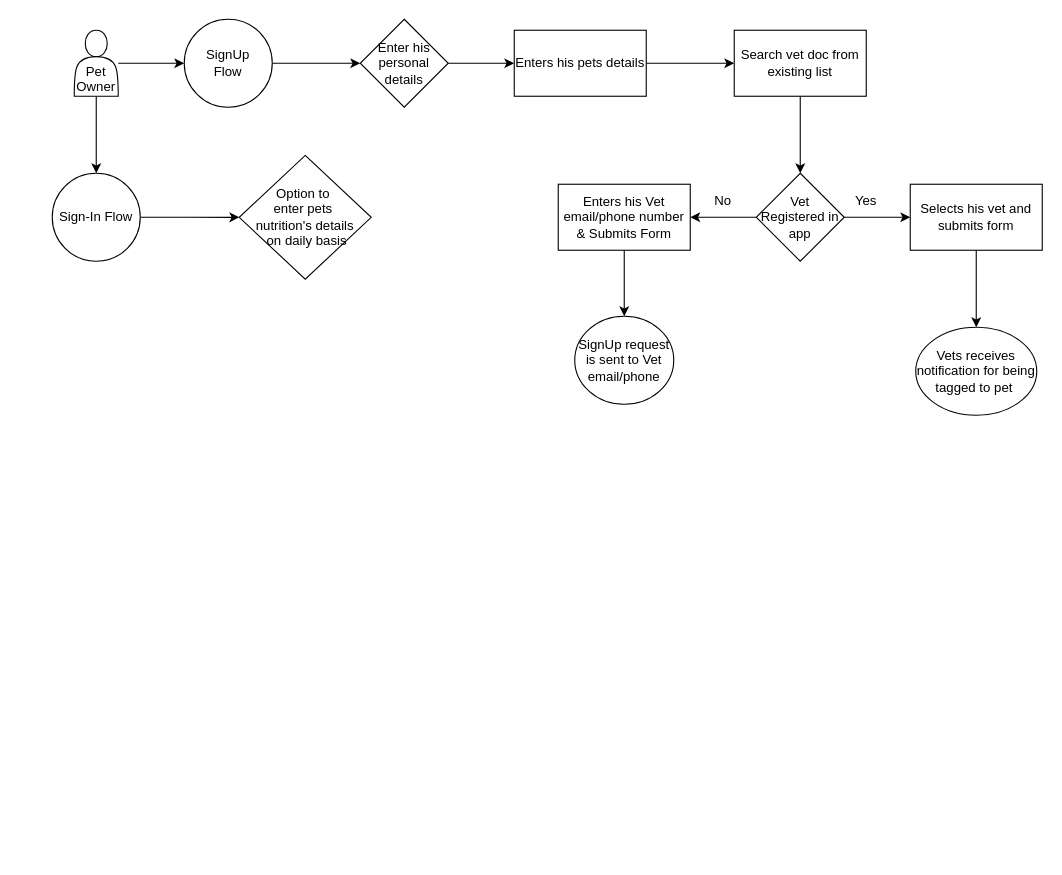
Above: Pet-App-Flow.drawio in namanchopra21087/design-documents (draw.io), before the change. Source tidied: cells renumbered, new cells numbered last; positions are measured from the earlier drawing's top-left corner, leaving out a move shared by most shapes. Both pictures are drawn from the tidied source at 110%, with x=0, y=0 at pixel (52, 19).
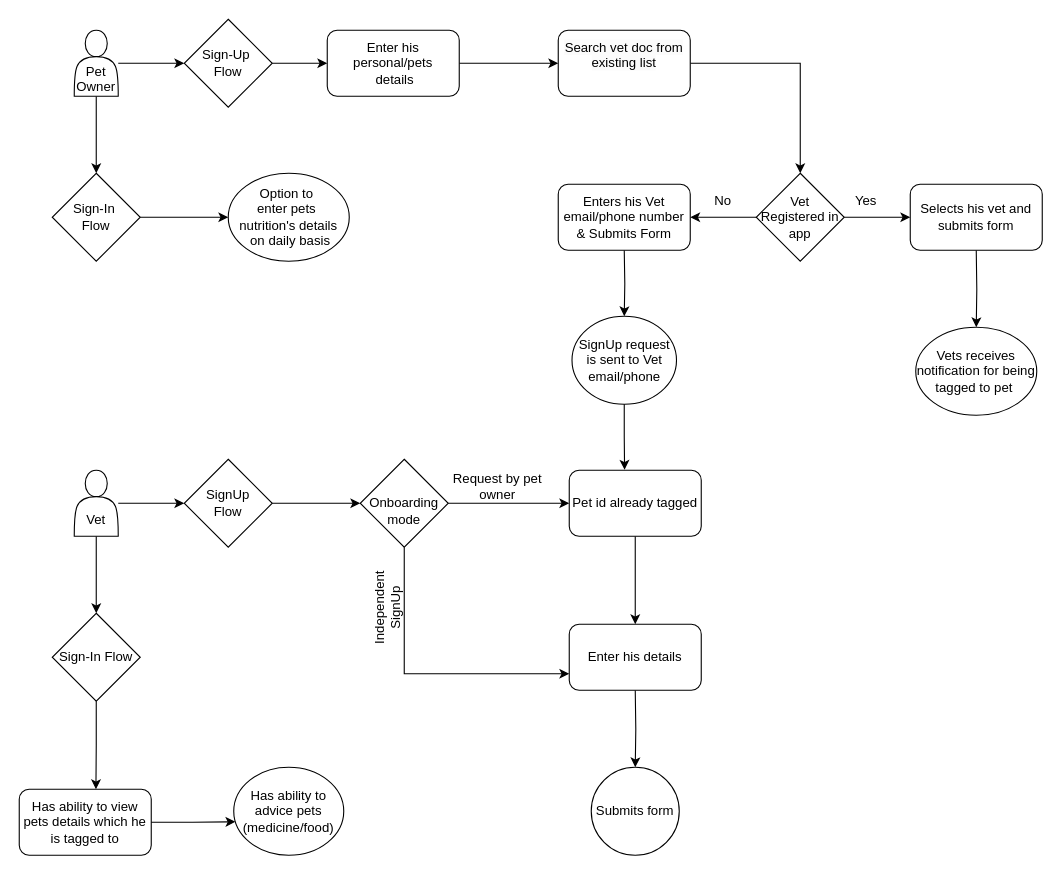
The same diagram, later.

Unchanged cells that the change refers to:
```xml
<mxCell id="6" value="&lt;div&gt;&lt;br&gt;&lt;/div&gt;&lt;div&gt;&lt;br&gt;&lt;/div&gt;Pet Owner" style="shape=actor;whiteSpace=wrap;html=1;" parent="1" vertex="1">
  <mxGeometry x="20" y="10" width="40" height="60" as="geometry" />
</mxCell>
<mxCell id="20" value="Vet Registered in app" style="rhombus;whiteSpace=wrap;html=1;" parent="1" vertex="1">
  <mxGeometry x="640" y="140" width="80" height="80" as="geometry" />
</mxCell>
```

Change to the diagram source:
```diff
@@
-    <mxCell id="4" style="edgeStyle=orthogonalEdgeStyle;rounded=0;jettySize=auto;html=1;" parent="1" edge="1" source="6" target="8">
-      <mxGeometry relative="1" as="geometry" />
-    </mxCell>
-    <mxCell id="5" style="edgeStyle=orthogonalEdgeStyle;rounded=0;jettySize=auto;html=1;" parent="1" edge="1" source="6" target="14">
-      <mxGeometry relative="1" as="geometry" />
-    </mxCell>
+    <mxCell id="29" style="edgeStyle=orthogonalEdgeStyle;rounded=0;jettySize=auto;html=1;" parent="1" edge="1" source="6" target="45">
+      <mxGeometry relative="1" as="geometry" />
+    </mxCell>
+    <mxCell id="30" style="edgeStyle=orthogonalEdgeStyle;rounded=0;jettySize=auto;html=1;" parent="1" edge="1" source="6" target="47">
+      <mxGeometry relative="1" as="geometry" />
+    </mxCell>
@@
-    <mxCell id="7" style="edgeStyle=orthogonalEdgeStyle;rounded=0;jettySize=auto;html=1;" parent="1" edge="1" source="8" target="10">
-      <mxGeometry relative="1" as="geometry" />
-    </mxCell>
-    <mxCell id="8" value="SignUp&lt;div&gt;Flow&lt;/div&gt;" style="ellipse;whiteSpace=wrap;html=1;" parent="1" vertex="1">
-      <mxGeometry x="120" width="80" height="80" as="geometry" />
-    </mxCell>
-    <mxCell id="9" style="edgeStyle=orthogonalEdgeStyle;rounded=0;jettySize=auto;html=1;" parent="1" edge="1" source="10" target="12">
-      <mxGeometry relative="1" as="geometry" />
-    </mxCell>
-    <mxCell id="10" value="&lt;div&gt;&lt;span style=&quot;background-color: initial;&quot;&gt;Enter his personal details&lt;/span&gt;&lt;br&gt;&lt;/div&gt;" style="rhombus;whiteSpace=wrap;html=1;" parent="1" vertex="1">
-      <mxGeometry x="280" width="80" height="80" as="geometry" />
-    </mxCell>
-    <mxCell id="11" style="edgeStyle=orthogonalEdgeStyle;rounded=0;jettySize=auto;html=1;" parent="1" edge="1" source="12" target="17">
-      <mxGeometry relative="1" as="geometry" />
-    </mxCell>
-    <mxCell id="12" value="Enters his pets details" style="whiteSpace=wrap;html=1;" parent="1" vertex="1">
-      <mxGeometry x="420" y="10" width="120" height="60" as="geometry" />
-    </mxCell>
-    <mxCell id="13" style="edgeStyle=orthogonalEdgeStyle;rounded=0;jettySize=auto;html=1;" parent="1" edge="1" source="14" target="15">
-      <mxGeometry relative="1" as="geometry" />
-    </mxCell>
-    <mxCell id="14" value="Sign-In Flow" style="ellipse;whiteSpace=wrap;html=1;" parent="1" vertex="1">
-      <mxGeometry y="140" width="80" height="80" as="geometry" />
-    </mxCell>
-    <mxCell id="15" value="Option to&amp;nbsp;&lt;div&gt;enter pets&amp;nbsp;&lt;/div&gt;&lt;div&gt;nutrition's details&lt;/div&gt;&lt;div&gt;&amp;nbsp;on daily basis&lt;/div&gt;" style="rhombus;whiteSpace=wrap;html=1;" parent="1" vertex="1">
-      <mxGeometry x="170" y="123.8" width="120" height="112.5" as="geometry" />
-    </mxCell>
-    <mxCell id="16" style="edgeStyle=orthogonalEdgeStyle;rounded=0;jettySize=auto;html=1;" parent="1" edge="1" source="17" target="20">
-      <mxGeometry relative="1" as="geometry" />
-    </mxCell>
-    <mxCell id="17" value="Search vet doc from existing list" style="whiteSpace=wrap;html=1;" parent="1" vertex="1">
-      <mxGeometry x="620" y="10" width="120" height="60" as="geometry" />
-    </mxCell>
-    <mxCell id="18" style="edgeStyle=orthogonalEdgeStyle;rounded=0;jettySize=auto;html=1;" parent="1" edge="1" source="20" target="27">
-      <mxGeometry relative="1" as="geometry" />
+    <mxCell id="18" style="edgeStyle=orthogonalEdgeStyle;rounded=0;jettySize=auto;html=1;" parent="1" edge="1" source="20">
+      <mxGeometry relative="1" as="geometry">
+        <mxPoint x="780" y="180" as="targetPoint" />
+      </mxGeometry>
     </mxCell>
-    <mxCell id="19" style="edgeStyle=orthogonalEdgeStyle;rounded=0;jettySize=auto;html=1;entryX=1;entryY=0.5;entryDx=0;entryDy=0;" parent="1" edge="1" source="20" target="24">
-      <mxGeometry relative="1" as="geometry" />
+    <mxCell id="19" style="edgeStyle=orthogonalEdgeStyle;rounded=0;jettySize=auto;html=1;entryX=1;entryY=0.5;entryDx=0;entryDy=0;" parent="1" edge="1" source="20">
+      <mxGeometry relative="1" as="geometry">
+        <mxPoint x="580" y="180" as="targetPoint" />
+      </mxGeometry>
     </mxCell>
@@
-    <mxCell id="23" style="edgeStyle=orthogonalEdgeStyle;rounded=0;jettySize=auto;html=1;entryX=0.5;entryY=0;entryDx=0;entryDy=0;" parent="1" edge="1" source="24" target="25">
-      <mxGeometry relative="1" as="geometry" />
+    <mxCell id="23" style="edgeStyle=orthogonalEdgeStyle;rounded=0;jettySize=auto;html=1;entryX=0.5;entryY=0;entryDx=0;entryDy=0;" parent="1" edge="1" target="25">
+      <mxGeometry relative="1" as="geometry">
+        <mxPoint x="520" y="210" as="sourcePoint" />
+      </mxGeometry>
     </mxCell>
-    <mxCell id="24" value="Enters his Vet email/phone number&lt;div&gt;&amp;amp; Submits Form&lt;/div&gt;" style="whiteSpace=wrap;html=1;" parent="1" vertex="1">
-      <mxGeometry x="460" y="150" width="120" height="60" as="geometry" />
-    </mxCell>
     <mxCell id="25" value="SignUp request is sent to Vet email/phone" style="ellipse;whiteSpace=wrap;html=1;" parent="1" vertex="1">
-      <mxGeometry x="475" y="270" width="90" height="80" as="geometry" />
+      <mxGeometry x="472.5" y="270" width="95" height="80" as="geometry" />
     </mxCell>
-    <mxCell id="26" style="edgeStyle=orthogonalEdgeStyle;rounded=0;jettySize=auto;html=1;" parent="1" edge="1" source="27" target="28">
-      <mxGeometry relative="1" as="geometry" />
+    <mxCell id="26" style="edgeStyle=orthogonalEdgeStyle;rounded=0;jettySize=auto;html=1;" parent="1" edge="1" target="28">
+      <mxGeometry relative="1" as="geometry">
+        <mxPoint x="840" y="210" as="sourcePoint" />
+      </mxGeometry>
     </mxCell>
+    <mxCell id="28" value="Vets receives notification for being tagged to pet&amp;nbsp;" style="ellipse;whiteSpace=wrap;html=1;" parent="1" vertex="1">
+      <mxGeometry x="785" y="280" width="110" height="80" as="geometry" />
+    </mxCell>
+    <mxCell id="31" style="edgeStyle=orthogonalEdgeStyle;rounded=0;jettySize=auto;html=1;" parent="1" edge="1" source="33" target="42">
+      <mxGeometry relative="1" as="geometry" />
+    </mxCell>
+    <mxCell id="32" style="edgeStyle=orthogonalEdgeStyle;rounded=0;jettySize=auto;html=1;" parent="1" edge="1" source="33" target="8">
+      <mxGeometry relative="1" as="geometry" />
+    </mxCell>
+    <mxCell id="33" value="&lt;div&gt;&lt;br&gt;&lt;/div&gt;&lt;div&gt;&lt;br&gt;&lt;/div&gt;Vet&lt;div&gt;&lt;/div&gt;" style="shape=actor;whiteSpace=wrap;html=1;" parent="1" vertex="1">
+      <mxGeometry x="20" y="410" width="40" height="60" as="geometry" />
+    </mxCell>
+    <mxCell id="34" style="edgeStyle=orthogonalEdgeStyle;rounded=0;jettySize=auto;html=1;" parent="1" edge="1" source="36">
+      <mxGeometry relative="1" as="geometry">
+        <mxPoint x="470" y="440" as="targetPoint" />
+      </mxGeometry>
+    </mxCell>
+    <mxCell id="35" style="edgeStyle=orthogonalEdgeStyle;rounded=0;jettySize=auto;html=1;entryX=0;entryY=0.75;entryDx=0;entryDy=0;" parent="1" edge="1" source="36" target="52">
+      <mxGeometry relative="1" as="geometry">
+        <Array as="points">
+          <mxPoint x="320" y="595" />
+        </Array>
+      </mxGeometry>
+    </mxCell>
+    <mxCell id="36" value="&lt;div&gt;&lt;br&gt;&lt;/div&gt;Onboarding mode" style="rhombus;whiteSpace=wrap;html=1;" parent="1" vertex="1">
+      <mxGeometry x="280" y="400" width="80" height="80" as="geometry" />
+    </mxCell>
+    <mxCell id="37" style="edgeStyle=orthogonalEdgeStyle;rounded=0;jettySize=auto;html=1;entryX=0.419;entryY=-0.007;entryDx=0;entryDy=0;entryPerimeter=0;" parent="1" edge="1" source="25">
+      <mxGeometry relative="1" as="geometry">
+        <mxPoint x="520.3" y="409.6" as="targetPoint" />
+      </mxGeometry>
+    </mxCell>
+    <mxCell id="38" value="Request by pet owner" style="text;html=1;align=center;verticalAlign=middle;whiteSpace=wrap;rounded=0;" parent="1" vertex="1">
+      <mxGeometry x="360" y="410" width="90" height="30" as="geometry" />
+    </mxCell>
+    <mxCell id="39" style="edgeStyle=orthogonalEdgeStyle;rounded=0;jettySize=auto;html=1;" parent="1" edge="1" target="40">
+      <mxGeometry relative="1" as="geometry">
+        <mxPoint x="530" y="610" as="sourcePoint" />
+      </mxGeometry>
+    </mxCell>
+    <mxCell id="40" value="Submits form" style="ellipse;whiteSpace=wrap;html=1;" parent="1" vertex="1">
+      <mxGeometry x="490" y="680" width="80" height="80" as="geometry" />
+    </mxCell>
+    <mxCell id="41" value="Independent SignUp" style="text;html=1;align=center;verticalAlign=middle;whiteSpace=wrap;rounded=0;rotation=-90;" parent="1" vertex="1">
+      <mxGeometry x="260" y="520" width="90" height="30" as="geometry" />
+    </mxCell>
+    <mxCell id="42" value="Sign-In Flow" style="rhombus;whiteSpace=wrap;html=1;" parent="1" vertex="1">
+      <mxGeometry y="540" width="80" height="80" as="geometry" />
+    </mxCell>
+    <mxCell id="43" value="Has ability to advice pets&lt;div&gt;(medicine/food)&lt;/div&gt;" style="ellipse;whiteSpace=wrap;html=1;" parent="1" vertex="1">
+      <mxGeometry x="165" y="680" width="100" height="80" as="geometry" />
+    </mxCell>
+    <mxCell id="44" style="edgeStyle=orthogonalEdgeStyle;rounded=0;jettySize=auto;html=1;" parent="1" edge="1" source="45" target="15">
+      <mxGeometry relative="1" as="geometry" />
+    </mxCell>
+    <mxCell id="45" value="Sign-In&amp;nbsp;&lt;div&gt;Flow&lt;/div&gt;" style="rhombus;whiteSpace=wrap;html=1;" parent="1" vertex="1">
+      <mxGeometry y="140" width="80" height="80" as="geometry" />
+    </mxCell>
+    <mxCell id="15" value="Option to&amp;nbsp;&lt;div&gt;enter pets&amp;nbsp;&lt;/div&gt;&lt;div&gt;nutrition's details&lt;/div&gt;&lt;div&gt;&amp;nbsp;on daily basis&lt;/div&gt;" style="ellipse;whiteSpace=wrap;html=1;" parent="1" vertex="1">
+      <mxGeometry x="160" y="140" width="110" height="80" as="geometry" />
+    </mxCell>
+    <mxCell id="46" style="edgeStyle=orthogonalEdgeStyle;rounded=0;jettySize=auto;html=1;entryX=0;entryY=0.5;entryDx=0;entryDy=0;" parent="1" edge="1" source="47" target="49">
+      <mxGeometry relative="1" as="geometry" />
+    </mxCell>
+    <mxCell id="47" value="Sign-Up&amp;nbsp;&lt;div&gt;Flow&lt;/div&gt;" style="rhombus;whiteSpace=wrap;html=1;" parent="1" vertex="1">
+      <mxGeometry x="120" width="80" height="80" as="geometry" />
+    </mxCell>
+    <mxCell id="48" style="edgeStyle=orthogonalEdgeStyle;rounded=0;jettySize=auto;html=1;entryX=0;entryY=0.5;entryDx=0;entryDy=0;" parent="1" edge="1" source="49" target="17">
+      <mxGeometry relative="1" as="geometry" />
+    </mxCell>
+    <mxCell id="49" value="Enter his personal/pets&lt;div&gt;&amp;nbsp;details&lt;/div&gt;" style="rounded=1;whiteSpace=wrap;html=1;" parent="1" vertex="1">
+      <mxGeometry x="250" y="10" width="120" height="60" as="geometry" />
+    </mxCell>
+    <mxCell id="16" style="edgeStyle=orthogonalEdgeStyle;rounded=0;jettySize=auto;html=1;entryX=0.5;entryY=0;entryDx=0;entryDy=0;" parent="1" edge="1" source="17" target="20">
+      <mxGeometry relative="1" as="geometry" />
+    </mxCell>
+    <mxCell id="17" value="&#10;&lt;span style=&quot;color: rgb(0, 0, 0); font-family: Helvetica; font-size: 12px; font-style: normal; font-variant-ligatures: normal; font-variant-caps: normal; font-weight: 400; letter-spacing: normal; orphans: 2; text-align: center; text-indent: 0px; text-transform: none; widows: 2; word-spacing: 0px; -webkit-text-stroke-width: 0px; white-space: normal; background-color: rgb(251, 251, 251); text-decoration-thickness: initial; text-decoration-style: initial; text-decoration-color: initial; display: inline !important; float: none;&quot;&gt;Search vet doc from existing list&lt;/span&gt;&#10;&#10;" style="rounded=1;whiteSpace=wrap;html=1;" parent="1" vertex="1">
+      <mxGeometry x="460" y="10" width="120" height="60" as="geometry" />
+    </mxCell>
+    <mxCell id="24" value="Enters his Vet email/phone number&lt;div&gt;&amp;amp; Submits Form&lt;/div&gt;" style="rounded=1;whiteSpace=wrap;html=1;" parent="1" vertex="1">
+      <mxGeometry x="460" y="150" width="120" height="60" as="geometry" />
+    </mxCell>
-    <mxCell id="27" value="Selects his vet and submits form" style="whiteSpace=wrap;html=1;" parent="1" vertex="1">
+    <mxCell id="27" value="Selects his vet and submits form" style="rounded=1;whiteSpace=wrap;html=1;" parent="1" vertex="1">
       <mxGeometry x="780" y="150" width="120" height="60" as="geometry" />
     </mxCell>
-    <mxCell id="28" value="Vets receives notification for being tagged to pet&amp;nbsp;" style="ellipse;whiteSpace=wrap;html=1;" parent="1" vertex="1">
-      <mxGeometry x="785" y="280" width="110" height="80" as="geometry" />
-    </mxCell>
+    <mxCell id="50" style="edgeStyle=orthogonalEdgeStyle;rounded=0;jettySize=auto;html=1;" parent="1" edge="1" source="51" target="52">
+      <mxGeometry relative="1" as="geometry" />
+    </mxCell>
+    <mxCell id="51" value="Pet id already tagged" style="rounded=1;whiteSpace=wrap;html=1;" parent="1" vertex="1">
+      <mxGeometry x="470" y="410" width="120" height="60" as="geometry" />
+    </mxCell>
+    <mxCell id="52" value="Enter his details" style="whiteSpace=wrap;html=1;rounded=1;" parent="1" vertex="1">
+      <mxGeometry x="470" y="550" width="120" height="60" as="geometry" />
+    </mxCell>
+    <mxCell id="53" value="Has ability to view pets details which he is tagged to" style="rounded=1;whiteSpace=wrap;html=1;" parent="1" vertex="1">
+      <mxGeometry x="-30" y="700" width="120" height="60" as="geometry" />
+    </mxCell>
+    <mxCell id="54" style="edgeStyle=orthogonalEdgeStyle;rounded=0;jettySize=auto;html=1;entryX=0.015;entryY=0.62;entryDx=0;entryDy=0;entryPerimeter=0;" parent="1" edge="1" source="53" target="43">
+      <mxGeometry relative="1" as="geometry" />
+    </mxCell>
+    <mxCell id="55" style="edgeStyle=orthogonalEdgeStyle;rounded=0;jettySize=auto;html=1;entryX=0.581;entryY=-0.001;entryDx=0;entryDy=0;entryPerimeter=0;" parent="1" edge="1" source="42" target="53">
+      <mxGeometry relative="1" as="geometry" />
+    </mxCell>
+    <mxCell id="56" style="edgeStyle=orthogonalEdgeStyle;rounded=0;jettySize=auto;html=1;entryX=0;entryY=0.5;entryDx=0;entryDy=0;" parent="1" edge="1" source="8" target="36">
+      <mxGeometry relative="1" as="geometry" />
+    </mxCell>
+    <mxCell id="8" value="SignUp&lt;div&gt;Flow&lt;/div&gt;" style="rhombus;whiteSpace=wrap;html=1;" parent="1" vertex="1">
+      <mxGeometry x="120" y="400" width="80" height="80" as="geometry" />
+    </mxCell>
```
